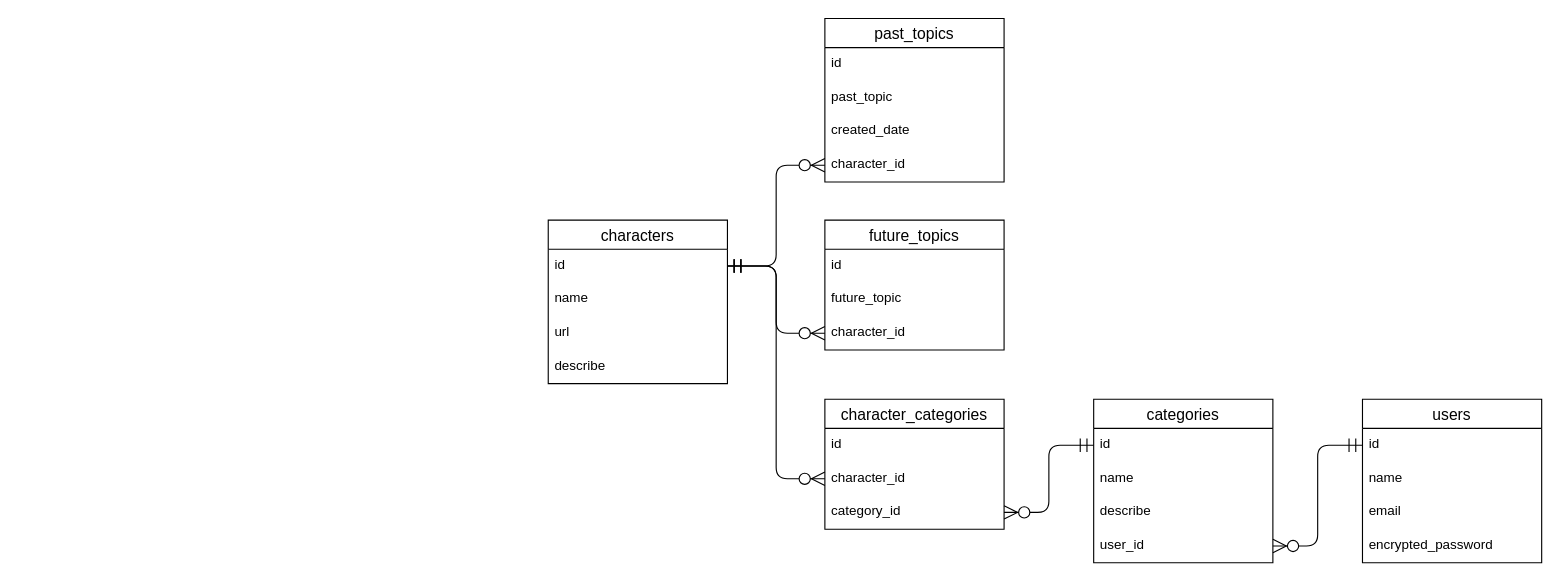
yoma2003/topic_stocker keeps this draw.io diagram as tables.drawio. Above is the earlier version. Source tidied: cells renumbered, new cells numbered last; positions are measured from the earlier drawing's top-left corner, leaving out a move shared by most shapes. Both pictures are drawn from the tidied source at 112%, with x=0, y=0 at pixel (548, 18).
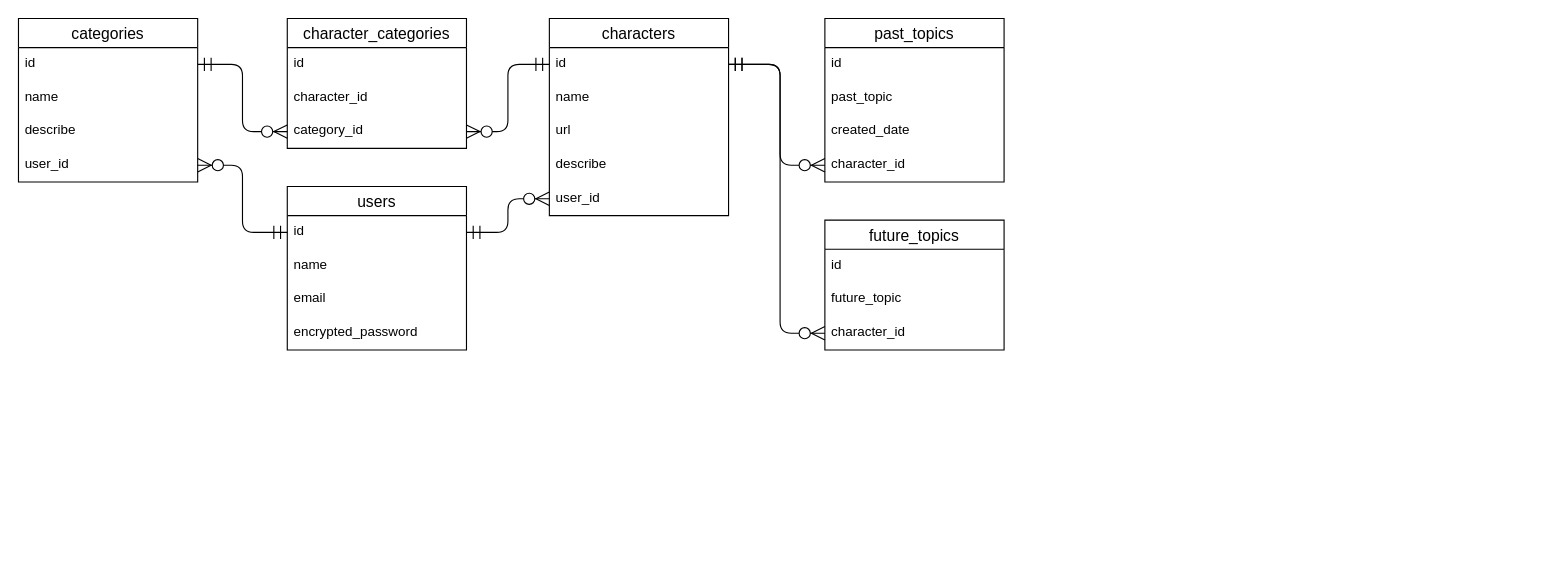
The same diagram, later.

Unchanged cells that the change refers to:
```xml
<mxCell id="3" value="id " style="text;strokeColor=none;fillColor=none;spacingLeft=4;spacingRight=4;overflow=hidden;points=[[0,0.5],[1,0.5]];portConstraint=eastwest;fontSize=12;" parent="2" vertex="1">
  <mxGeometry y="26" width="160" height="30" as="geometry" />
</mxCell>
<mxCell id="8" value="id" style="text;strokeColor=none;fillColor=none;spacingLeft=4;spacingRight=4;overflow=hidden;points=[[0,0.5],[1,0.5]];portConstraint=eastwest;fontSize=12;" parent="7" vertex="1">
  <mxGeometry y="26" width="160" height="30" as="geometry" />
</mxCell>
<mxCell id="16" value="character_id" style="text;strokeColor=none;fillColor=none;spacingLeft=4;spacingRight=4;overflow=hidden;points=[[0,0.5],[1,0.5]];portConstraint=eastwest;fontSize=12;" parent="12" vertex="1">
  <mxGeometry y="116" width="160" height="30" as="geometry" />
</mxCell>
<mxCell id="20" value="character_id" style="text;strokeColor=none;fillColor=none;spacingLeft=4;spacingRight=4;overflow=hidden;points=[[0,0.5],[1,0.5]];portConstraint=eastwest;fontSize=12;" parent="17" vertex="1">
  <mxGeometry y="86" width="160" height="30" as="geometry" />
</mxCell>
<mxCell id="22" value="id" style="text;strokeColor=none;fillColor=none;spacingLeft=4;spacingRight=4;overflow=hidden;points=[[0,0.5],[1,0.5]];portConstraint=eastwest;fontSize=12;" parent="21" vertex="1">
  <mxGeometry y="26" width="160" height="30" as="geometry" />
</mxCell>
<mxCell id="28" value="character_id" style="text;strokeColor=none;fillColor=none;spacingLeft=4;spacingRight=4;overflow=hidden;points=[[0,0.5],[1,0.5]];portConstraint=eastwest;fontSize=12;" parent="26" vertex="1">
  <mxGeometry y="56" width="160" height="30" as="geometry" />
</mxCell>
<mxCell id="29" value="category_id" style="text;strokeColor=none;fillColor=none;spacingLeft=4;spacingRight=4;overflow=hidden;points=[[0,0.5],[1,0.5]];portConstraint=eastwest;fontSize=12;" parent="26" vertex="1">
  <mxGeometry y="86" width="160" height="30" as="geometry" />
</mxCell>
```

What changed in the source:
```diff
@@
     <mxCell id="2" value="users" style="swimlane;fontStyle=0;horizontal=1;startSize=26;align=center;fontSize=14;" parent="1" vertex="1">
-      <mxGeometry x="727" y="340" width="160" height="146" as="geometry" />
+      <mxGeometry x="-233" y="150" width="160" height="146" as="geometry" />
     </mxCell>
@@
     <mxCell id="7" value="characters" style="swimlane;fontStyle=0;horizontal=1;startSize=26;align=center;fontSize=14;" parent="1" vertex="1">
-      <mxGeometry y="180" width="160" height="146" as="geometry" />
+      <mxGeometry x="1" width="160" height="176" as="geometry" />
     </mxCell>
@@
+    <mxCell id="35" value="user_id" style="text;strokeColor=none;fillColor=none;spacingLeft=4;spacingRight=4;overflow=hidden;points=[[0,0.5],[1,0.5]];portConstraint=eastwest;fontSize=12;" parent="7" vertex="1">
+      <mxGeometry y="146" width="160" height="30" as="geometry" />
+    </mxCell>
@@
     <mxCell id="21" value="categories" style="swimlane;fontStyle=0;horizontal=1;startSize=26;align=center;fontSize=14;" parent="1" vertex="1">
-      <mxGeometry x="487" y="340" width="160" height="146" as="geometry" />
+      <mxGeometry x="-473" width="160" height="146" as="geometry" />
     </mxCell>
@@
     <mxCell id="26" value="character_categories" style="swimlane;fontStyle=0;horizontal=1;startSize=26;align=center;fontSize=14;" parent="1" vertex="1">
-      <mxGeometry x="247" y="340" width="160" height="116" as="geometry" />
+      <mxGeometry x="-233" width="160" height="116" as="geometry" />
     </mxCell>
@@
-    <mxCell id="30" style="edgeStyle=orthogonalEdgeStyle;fontSize=12;html=1;endArrow=ERzeroToMany;startArrow=ERmandOne;startSize=10;endSize=10;exitX=1;exitY=0.5;exitDx=0;exitDy=0;entryX=0;entryY=0.5;entryDx=0;entryDy=0;" parent="1" edge="1" source="8" target="28">
-      <mxGeometry relative="1" as="geometry" />
-    </mxCell>
-    <mxCell id="31" style="edgeStyle=orthogonalEdgeStyle;fontSize=12;html=1;endArrow=ERzeroToMany;startArrow=ERmandOne;startSize=10;endSize=10;exitX=0;exitY=0.5;exitDx=0;exitDy=0;entryX=1;entryY=0.5;entryDx=0;entryDy=0;" parent="1" edge="1" source="22" target="29">
+    <mxCell id="31" style="edgeStyle=orthogonalEdgeStyle;fontSize=12;html=1;endArrow=ERzeroToMany;startArrow=ERmandOne;startSize=10;endSize=10;exitX=1;exitY=0.5;exitDx=0;exitDy=0;entryX=0;entryY=0.5;entryDx=0;entryDy=0;" parent="1" edge="1" source="22" target="29">
       <mxGeometry relative="1" as="geometry" />
     </mxCell>
     <mxCell id="32" style="edgeStyle=orthogonalEdgeStyle;fontSize=12;html=1;endArrow=ERzeroToMany;startArrow=ERmandOne;startSize=10;endSize=10;exitX=1;exitY=0.5;exitDx=0;exitDy=0;entryX=0;entryY=0.5;entryDx=0;entryDy=0;" parent="1" edge="1" source="8" target="20">
-      <mxGeometry relative="1" as="geometry" />
+      <mxGeometry relative="1" as="geometry">
+        <Array as="points">
+          <mxPoint x="207" y="41" />
+          <mxPoint x="207" y="281" />
+        </Array>
+      </mxGeometry>
     </mxCell>
     <mxCell id="33" style="edgeStyle=orthogonalEdgeStyle;fontSize=12;html=1;endArrow=ERzeroToMany;startArrow=ERmandOne;startSize=10;endSize=10;exitX=1;exitY=0.5;exitDx=0;exitDy=0;entryX=0;entryY=0.5;entryDx=0;entryDy=0;" parent="1" edge="1" source="8" target="16">
-      <mxGeometry relative="1" as="geometry" />
+      <mxGeometry relative="1" as="geometry">
+        <Array as="points">
+          <mxPoint x="207" y="41" />
+          <mxPoint x="207" y="131" />
+        </Array>
+      </mxGeometry>
     </mxCell>
@@
+    <mxCell id="36" style="edgeStyle=orthogonalEdgeStyle;fontSize=12;html=1;endArrow=ERzeroToMany;startArrow=ERmandOne;startSize=10;endSize=10;exitX=1;exitY=0.5;exitDx=0;exitDy=0;entryX=0;entryY=0.5;entryDx=0;entryDy=0;" parent="1" edge="1" source="3" target="35">
+      <mxGeometry relative="1" as="geometry" />
+    </mxCell>
+    <mxCell id="37" style="edgeStyle=orthogonalEdgeStyle;fontSize=12;html=1;endArrow=ERzeroToMany;startArrow=ERmandOne;startSize=10;endSize=10;exitX=0;exitY=0.5;exitDx=0;exitDy=0;entryX=1;entryY=0.5;entryDx=0;entryDy=0;" parent="1" edge="1" source="8" target="29">
+      <mxGeometry relative="1" as="geometry" />
+    </mxCell>
```
